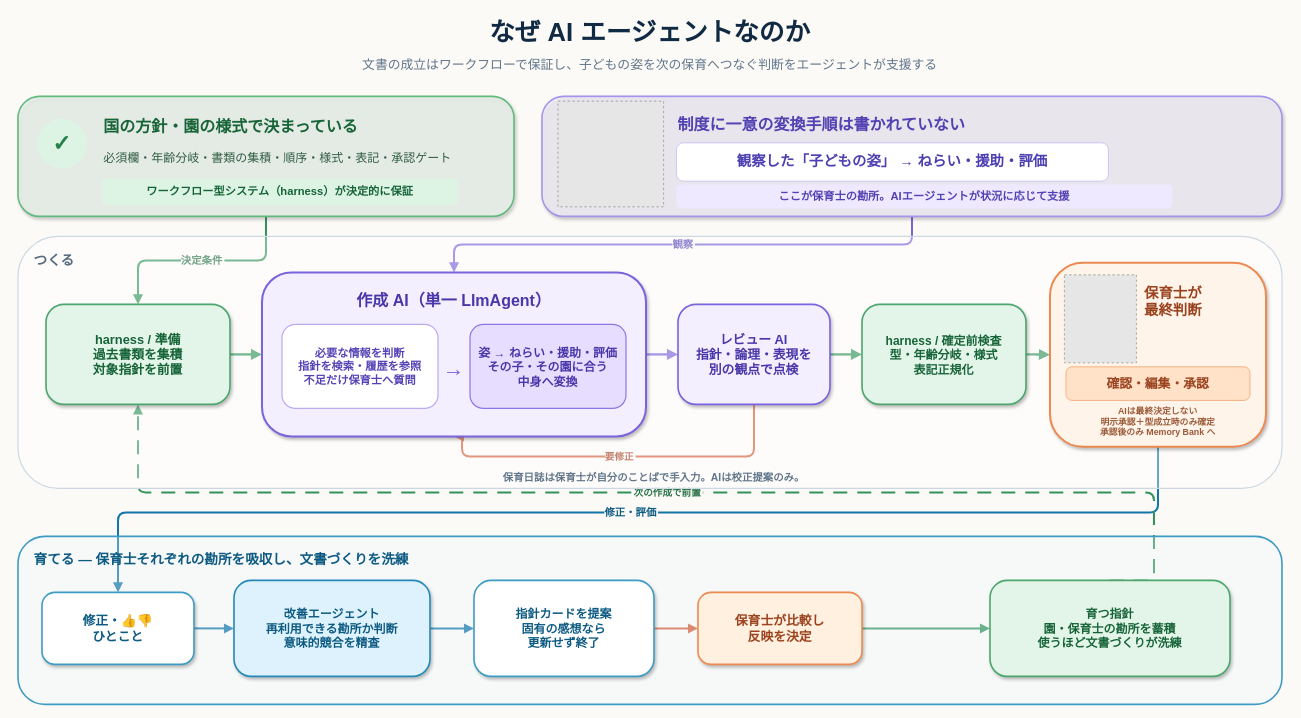
The draw.io diagram docs/agent-workflow.drawio in soichiGogo/hoiku-agent, before the edit. Source tidied: cells renumbered, new cells numbered last; positions are measured from the earlier drawing's top-left corner, leaving out a move shared by most shapes. Both pictures are drawn from the tidied source at 80%, with x=0, y=0 at pixel (18, 14). Pictures stored in the file or linked from it are replaced by grey dashed boxes.
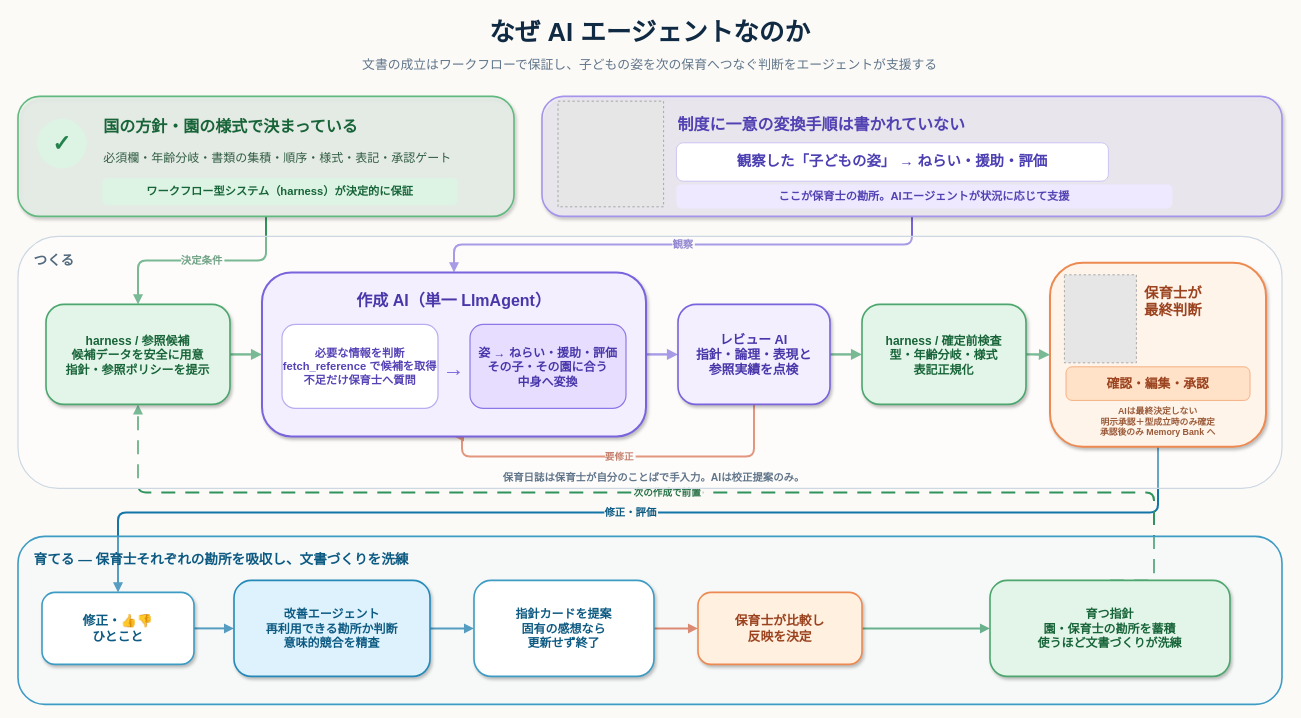
Above is the later version.

Commit message (it also covers changes not shown here):
AIエージェント図を最新の参照取得フローに同期

The change refers to these unchanged cells:
```xml
<mxCell id="29" style="rounded=1;whiteSpace=wrap;html=0;fillColor=#F3EFFF;strokeColor=#7A63DD;strokeWidth=2.5;shadow=1;arcSize=18;fontFamily=Helvetica;" parent="1" vertex="1">
  <mxGeometry x="305" y="323" width="480" height="205" as="geometry" />
</mxCell>
```

The edit, as a diff of the source:
```diff
@@
-    <mxCell id="28" value="harness / 準備&#10;過去書類を集積&#10;対象指針を前置" style="rounded=1;whiteSpace=wrap;html=0;fillColor=#E3F5E9;strokeColor=#4CA66D;strokeWidth=2;shadow=1;arcSize=18;fontColor=#176438;fontSize=16;fontStyle=1;fontFamily=Helvetica;" parent="1" vertex="1">
+    <mxCell id="28" value="harness / 参照候補&#10;候補データを安全に用意&#10;指針・参照ポリシーを提示" style="rounded=1;whiteSpace=wrap;html=0;fillColor=#E3F5E9;strokeColor=#4CA66D;strokeWidth=2;shadow=1;arcSize=18;fontColor=#176438;fontSize=15;fontStyle=1;fontFamily=Helvetica;" parent="1" vertex="1">
       <mxGeometry x="35" y="363" width="230" height="125" as="geometry" />
     </mxCell>
@@
-    <mxCell id="31" value="必要な情報を判断&#10;指針を検索・履歴を参照&#10;不足だけ保育士へ質問" style="rounded=1;whiteSpace=wrap;html=0;fillColor=#FFFFFF;strokeColor=#B9ACF1;strokeWidth=1.5;arcSize=16;fontColor=#5543B6;fontSize=14;fontStyle=1;fontFamily=Helvetica;" parent="29" vertex="1">
+    <mxCell id="31" value="必要な情報を判断&#10;fetch_reference で候補を取得&#10;不足だけ保育士へ質問" style="rounded=1;whiteSpace=wrap;html=0;fillColor=#FFFFFF;strokeColor=#B9ACF1;strokeWidth=1.5;arcSize=16;fontColor=#5543B6;fontSize=14;fontStyle=1;fontFamily=Helvetica;" parent="29" vertex="1">
       <mxGeometry x="25" y="65" width="195" height="105" as="geometry" />
     </mxCell>
@@
-    <mxCell id="34" value="レビュー AI&#10;指針・論理・表現を&#10;別の観点で点検" style="rounded=1;whiteSpace=wrap;html=0;fillColor=#F3EFFF;strokeColor=#7A63DD;strokeWidth=2;shadow=1;arcSize=18;fontColor=#4937AA;fontSize=16;fontStyle=1;fontFamily=Helvetica;" parent="1" vertex="1">
+    <mxCell id="34" value="レビュー AI&#10;指針・論理・表現と&#10;参照実績を点検" style="rounded=1;whiteSpace=wrap;html=0;fillColor=#F3EFFF;strokeColor=#7A63DD;strokeWidth=2;shadow=1;arcSize=18;fontColor=#4937AA;fontSize=16;fontStyle=1;fontFamily=Helvetica;" parent="1" vertex="1">
       <mxGeometry x="825" y="363" width="190" height="125" as="geometry" />
     </mxCell>
```
